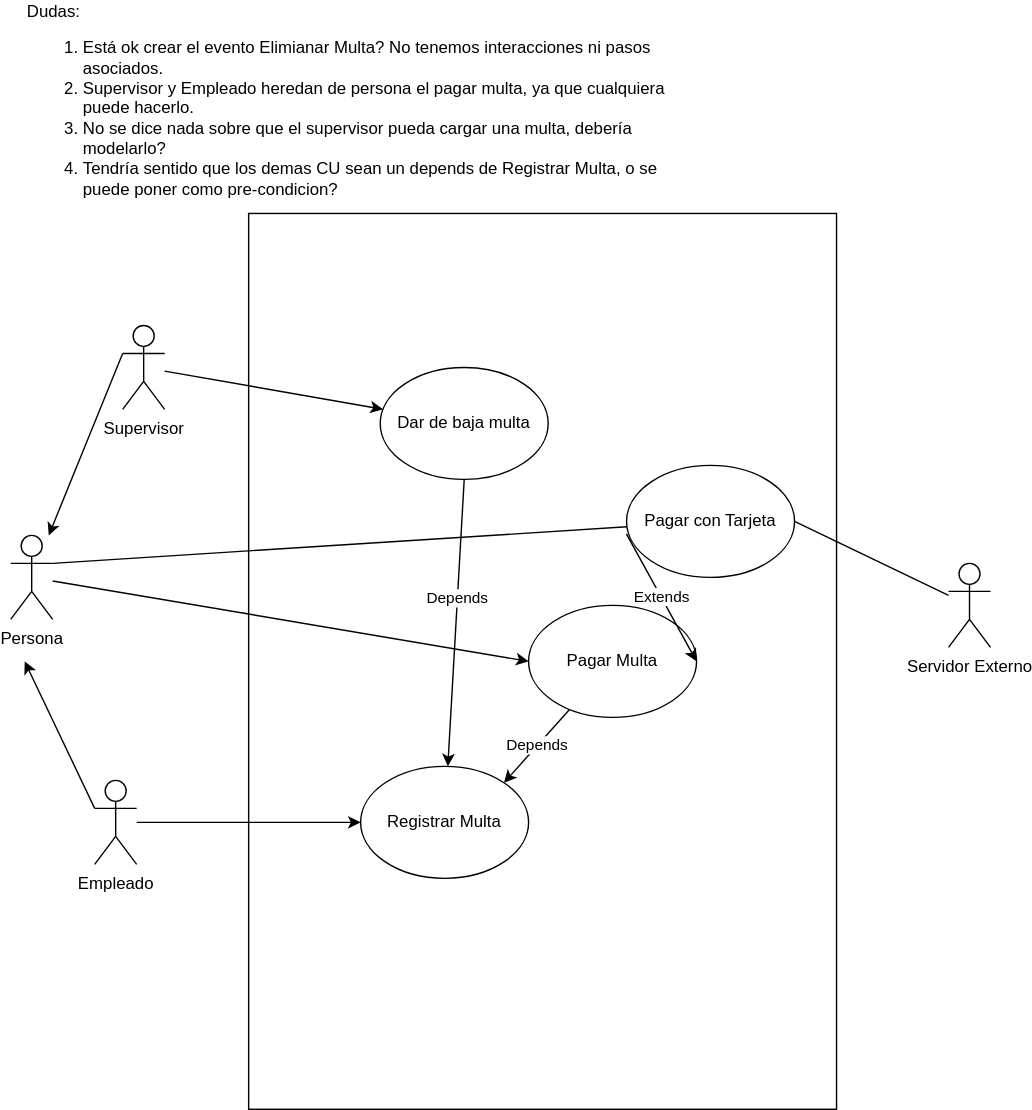
Above: SegundaFecha.drawio.svg in juansirai/ING1 (draw.io), before the change. Source tidied: cells renumbered, new cells last; positions are measured from the earlier drawing's top-left corner, leaving out a move shared by most shapes.
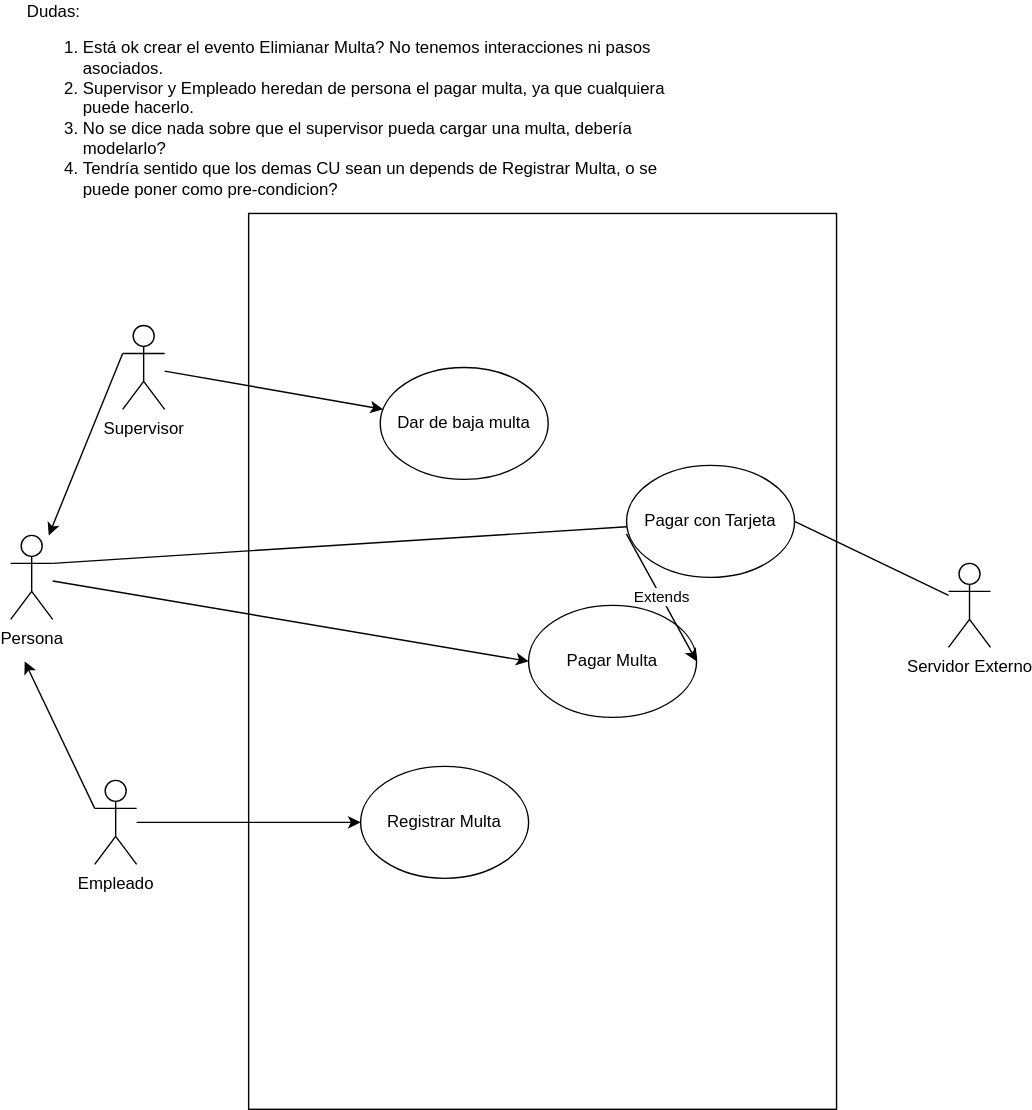
Above is the later version.

Diff of the diagram source:
```diff
@@ -58,14 +58,5 @@
     <mxCell id="19" value="Dudas:&lt;br&gt;&lt;ol&gt;&lt;li&gt;Está ok crear el evento Elimianar Multa? No tenemos interacciones ni pasos asociados.&lt;/li&gt;&lt;li&gt;Supervisor y Empleado heredan de persona el pagar multa, ya que cualquiera puede hacerlo.&lt;/li&gt;&lt;li&gt;No se dice nada sobre que el supervisor pueda cargar una multa, debería modelarlo?&lt;/li&gt;&lt;li&gt;Tendría sentido que los demas CU sean un depends de Registrar Multa, o se puede poner como pre-condicion?&lt;/li&gt;&lt;/ol&gt;" style="text;html=1;align=left;verticalAlign=middle;whiteSpace=wrap;rounded=0;" parent="1" vertex="1">
       <mxGeometry x="10" width="470" height="70" as="geometry" />
     </mxCell>
-    <mxCell id="20" value="Depends" style="endArrow=classic;html=1;rounded=0;entryX=1;entryY=0;entryDx=0;entryDy=0;" parent="1" edge="1" source="12" target="4">
-      <mxGeometry relative="1" as="geometry" />
-    </mxCell>
-    <mxCell id="21" style="endArrow=classic;html=1;rounded=0;exitX=0.5;exitY=1;exitDx=0;exitDy=0;" parent="1" edge="1" source="5" target="4">
-      <mxGeometry relative="1" as="geometry" />
-    </mxCell>
-    <mxCell id="22" value="Depends" style="edgeLabel;html=1;align=center;verticalAlign=middle;" parent="21" vertex="1">
-      <mxGeometry x="-0.17" y="-1" relative="1" as="geometry" />
-    </mxCell>
   </root>
 </mxGraphModel>
```
